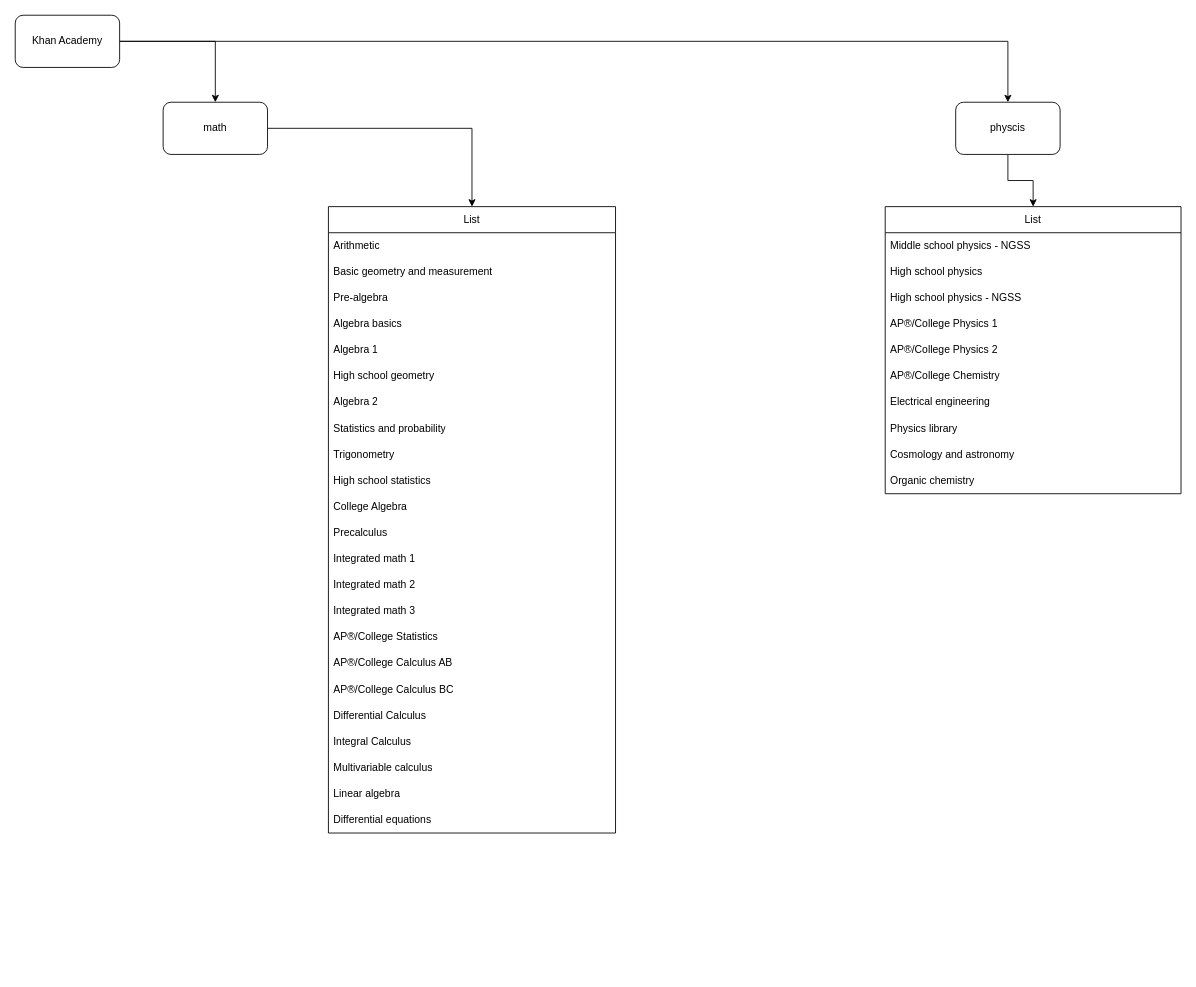
Above: page "roadmap" (1 of 2) of roadmap.drawio in Mini-Pingu/math_physics (draw.io), before the change. Source tidied: cells renumbered, new cells numbered last; positions are measured from the earlier drawing's top-left corner, leaving out a move shared by most shapes. Both pictures are drawn from the tidied source at 87%, with x=0, y=0 at pixel (15, 15).
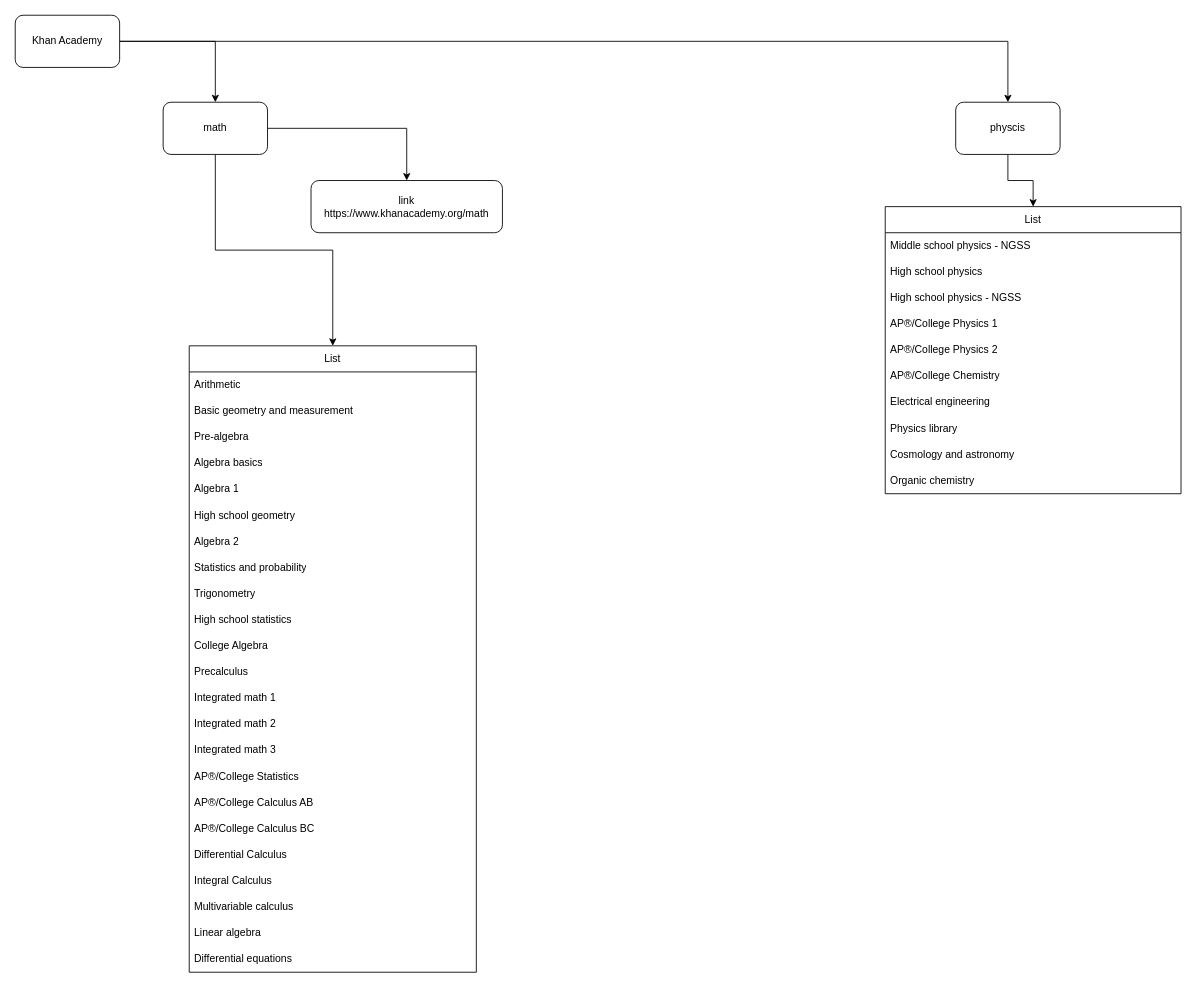
Above is the later version.

Commit message (it also covers changes not shown here):
更新 to-do & 添加 math link

The change refers to these unchanged cells:
```xml
<mxCell id="6" value="math" style="rounded=1;whiteSpace=wrap;html=1;" parent="1" vertex="1">
  <mxGeometry x="170" y="100" width="120" height="60" as="geometry" />
</mxCell>
```

What changed in the source:
```diff
@@
+    <mxCell id="44" style="edgeStyle=orthogonalEdgeStyle;rounded=0;jettySize=auto;html=1;" parent="1" edge="1" source="6" target="45">
+      <mxGeometry relative="1" as="geometry" />
+    </mxCell>
@@
     <mxCell id="9" value="List" style="swimlane;fontStyle=0;horizontal=1;startSize=30;whiteSpace=wrap;html=1;" parent="1" vertex="1">
-      <mxGeometry x="360" y="220" width="330" height="720" as="geometry" />
+      <mxGeometry x="200" y="380" width="330" height="720" as="geometry" />
     </mxCell>
@@
+    <mxCell id="45" value="link&lt;div&gt;https://www.khanacademy.org/math&lt;br&gt;&lt;/div&gt;" style="rounded=1;whiteSpace=wrap;html=1;" parent="1" vertex="1">
+      <mxGeometry x="340" y="190" width="220" height="60" as="geometry" />
+    </mxCell>
```
